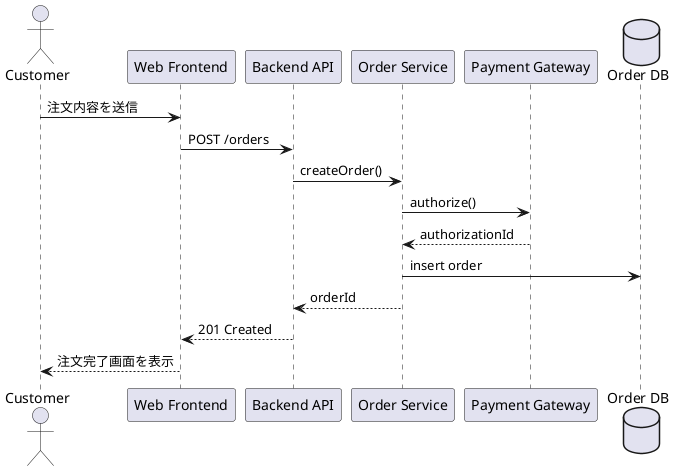
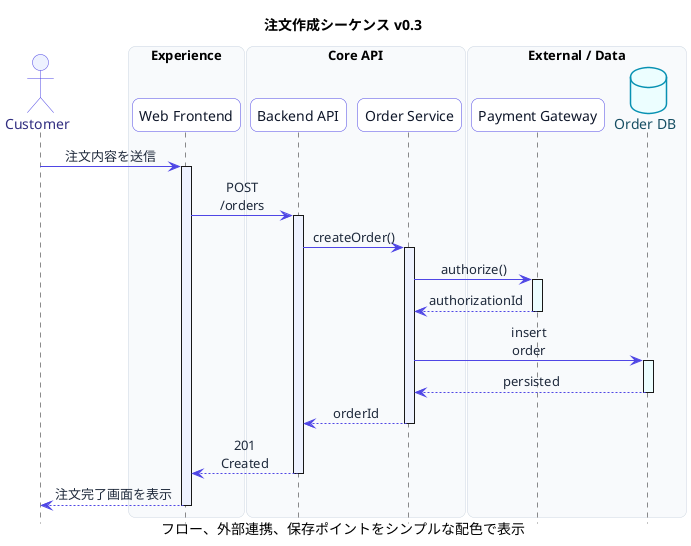
@startuml
+ hide footbox
+ skinparam backgroundColor transparent
+ skinparam shadowing false
+ skinparam roundcorner 14
+ skinparam sequenceMessageAlign center
+ skinparam maxMessageSize 34
+ skinparam ArrowColor #4F46E5
+ skinparam ArrowFontColor #1E293B
+ skinparam ArrowFontSize 13
+ skinparam LifeLineBorderColor #CBD5E1
+ skinparam LifeLineBackgroundColor #F8FAFC
+ skinparam ActorBorderColor #4F46E5
+ skinparam ActorBackgroundColor #EEF2FF
+ skinparam ActorFontColor #312E81
+ skinparam ParticipantBorderColor #4F46E5
+ skinparam ParticipantBackgroundColor #FFFFFF
+ skinparam ParticipantFontColor #0F172A
+ skinparam DatabaseBorderColor #0891B2
+ skinparam DatabaseBackgroundColor #ECFEFF
+ skinparam DatabaseFontColor #164E63
+ skinparam BoxBorderColor #CBD5E1
+ skinparam BoxBackgroundColor #F8FAFC
+ skinparam SequenceBoxBorderColor #CBD5E1
+ skinparam SequenceBoxBackgroundColor #F8FAFC
+ 
+ title 注文作成シーケンス v0.3
+ caption フロー、外部連携、保存ポイントをシンプルな配色で表示
+ 
actor Customer as customer
+ box "Experience" #F8FAFC
participant "Web Frontend" as web
+ end box
+ box "Core API" #F8FAFC
participant "Backend API" as api
participant "Order Service" as order
+ end box
+ box "External / Data" #F8FAFC
participant "Payment Gateway" as payment
database "Order DB" as db
+ end box

customer -> web : 注文内容を送信
+ activate web #EEF2FF
web -> api : POST /orders
+ activate api #EEF2FF
api -> order : createOrder()
+ activate order #EEF2FF
+ 
order -> payment : authorize()
+ activate payment #ECFEFF
payment --> order : authorizationId
+ deactivate payment
+ 
order -> db : insert order
+ activate db #ECFEFF
+ db --> order : persisted
+ deactivate db
+ 
order --> api : orderId
+ deactivate order
api --> web : 201 Created
+ deactivate api
web --> customer : 注文完了画面を表示
+ deactivate web
@enduml
